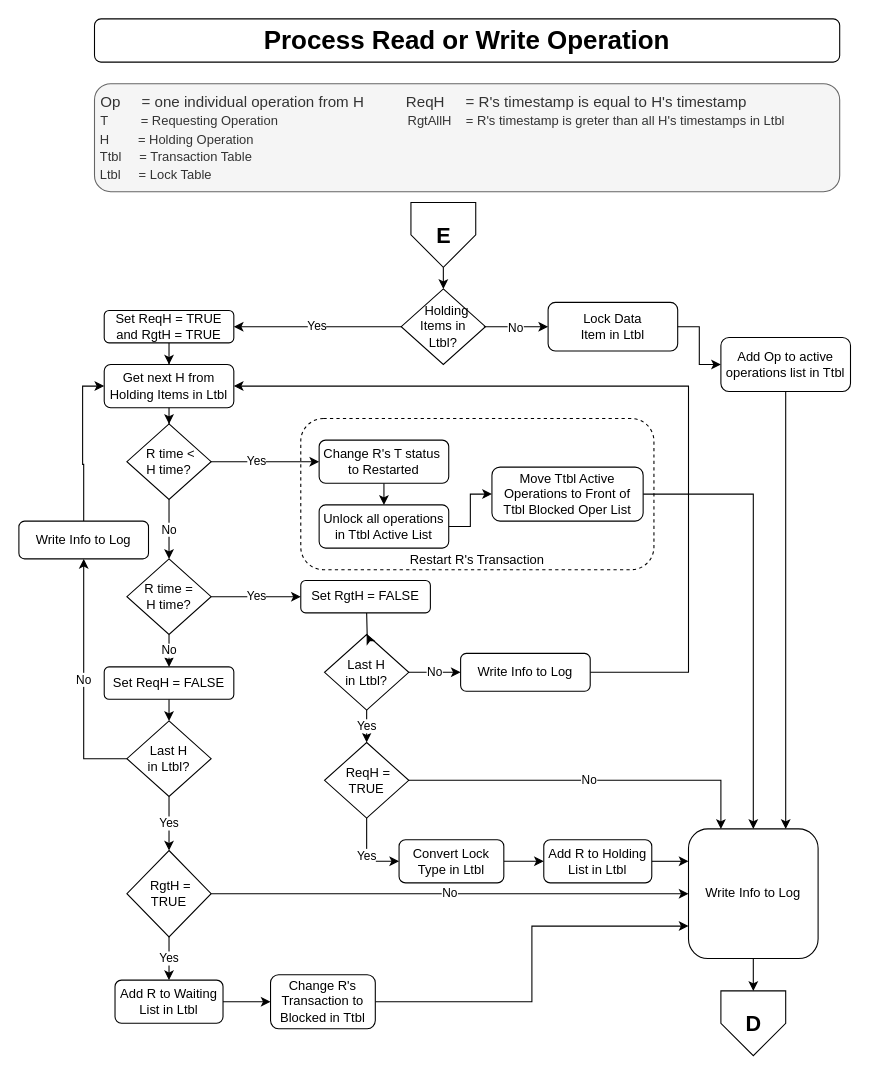
Before: Design/CS 5570 Team4 Design - Scheduler - Handle Conflict.drawio in Rod-Skoglund/CS5570-Project, a draw.io diagram. Source tidied: cells renumbered, new cells numbered last; positions are measured from the earlier drawing's top-left corner, leaving out a move shared by most shapes. Both pictures are drawn from the tidied source at 108%, with x=0, y=0 at pixel (18, 18).
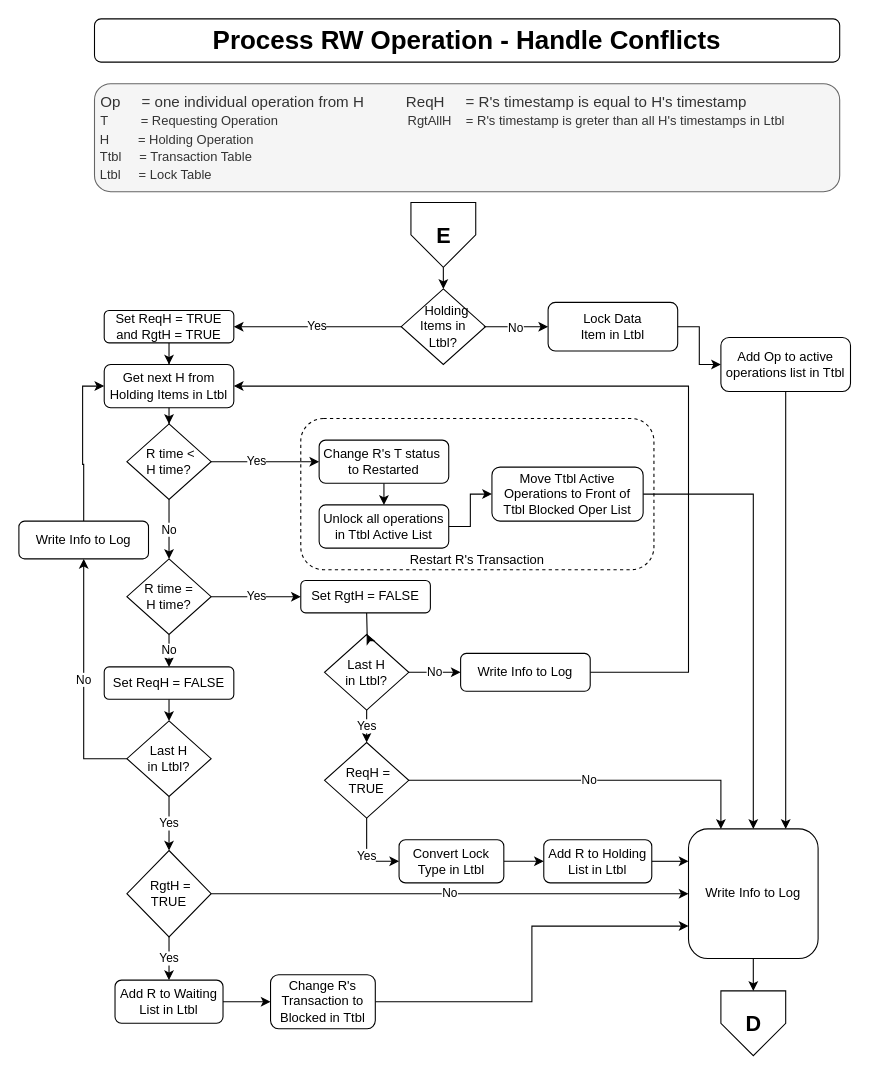
The same page after the edit.

Commit message:
Corrected Name

The edit, as a diff of the source:
```diff
@@
-    <mxCell id="3" value="Process Read or Write Operation" style="rounded=1;whiteSpace=wrap;html=1;fontSize=24;glass=0;strokeWidth=1;shadow=0;fontStyle=1;" parent="1" vertex="1">
+    <mxCell id="3" value="Process RW Operation - Handle Conflicts" style="rounded=1;whiteSpace=wrap;html=1;fontSize=24;glass=0;strokeWidth=1;shadow=0;fontStyle=1;" parent="1" vertex="1">
       <mxGeometry x="70" width="690" height="40" as="geometry" />
     </mxCell>
```
